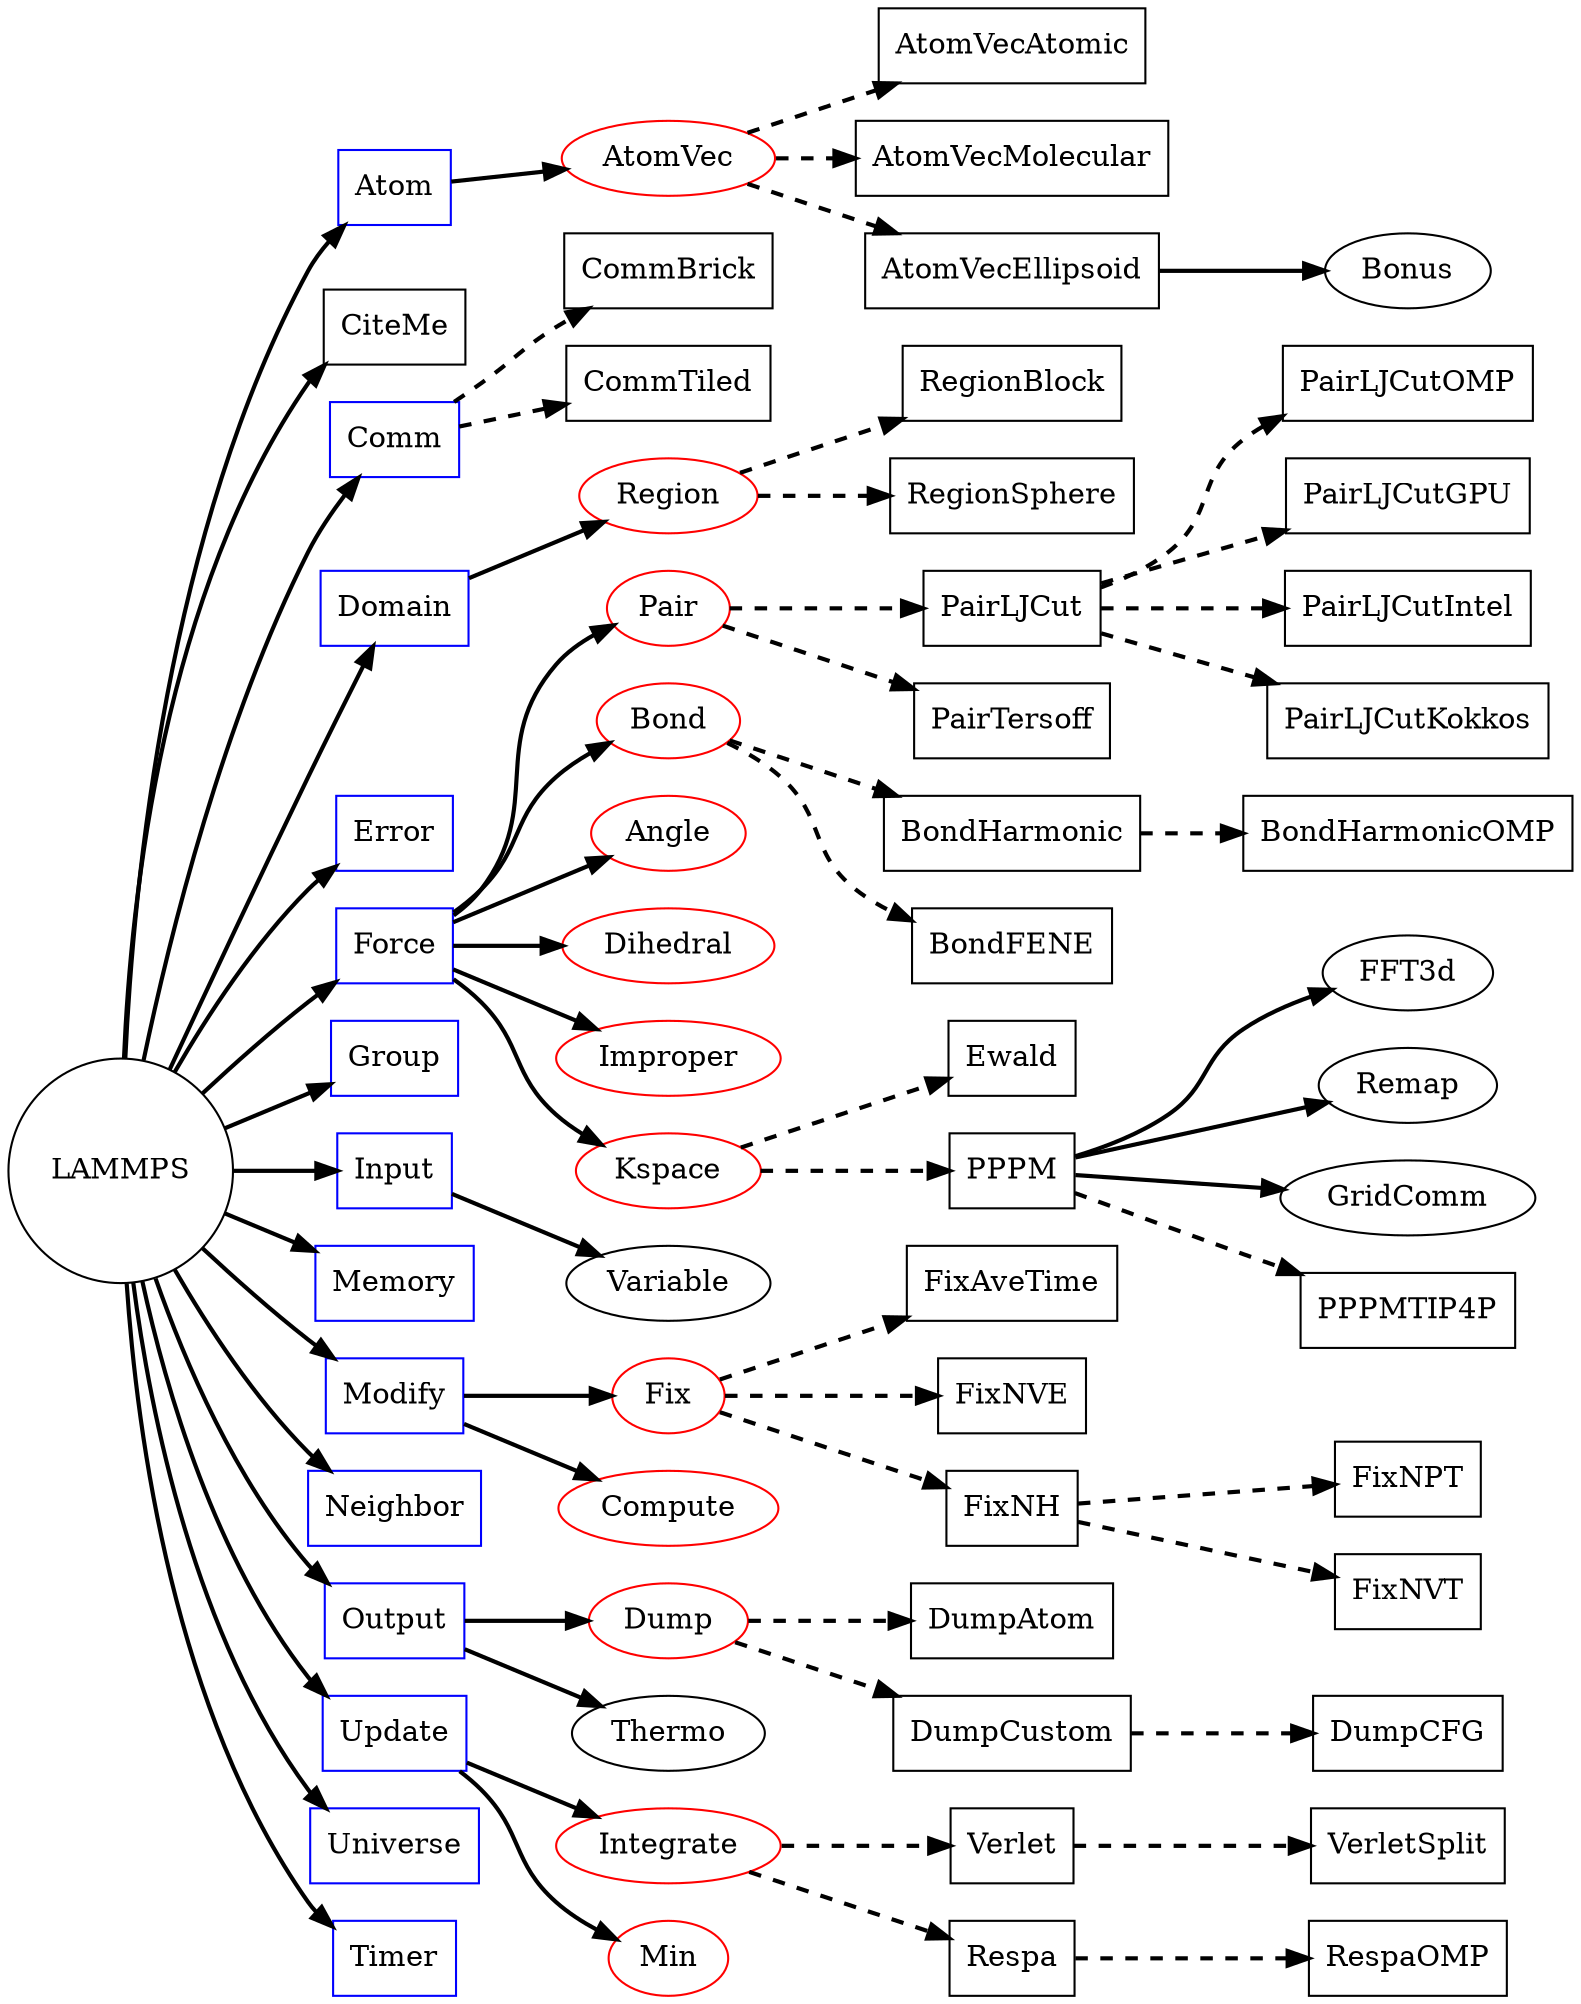
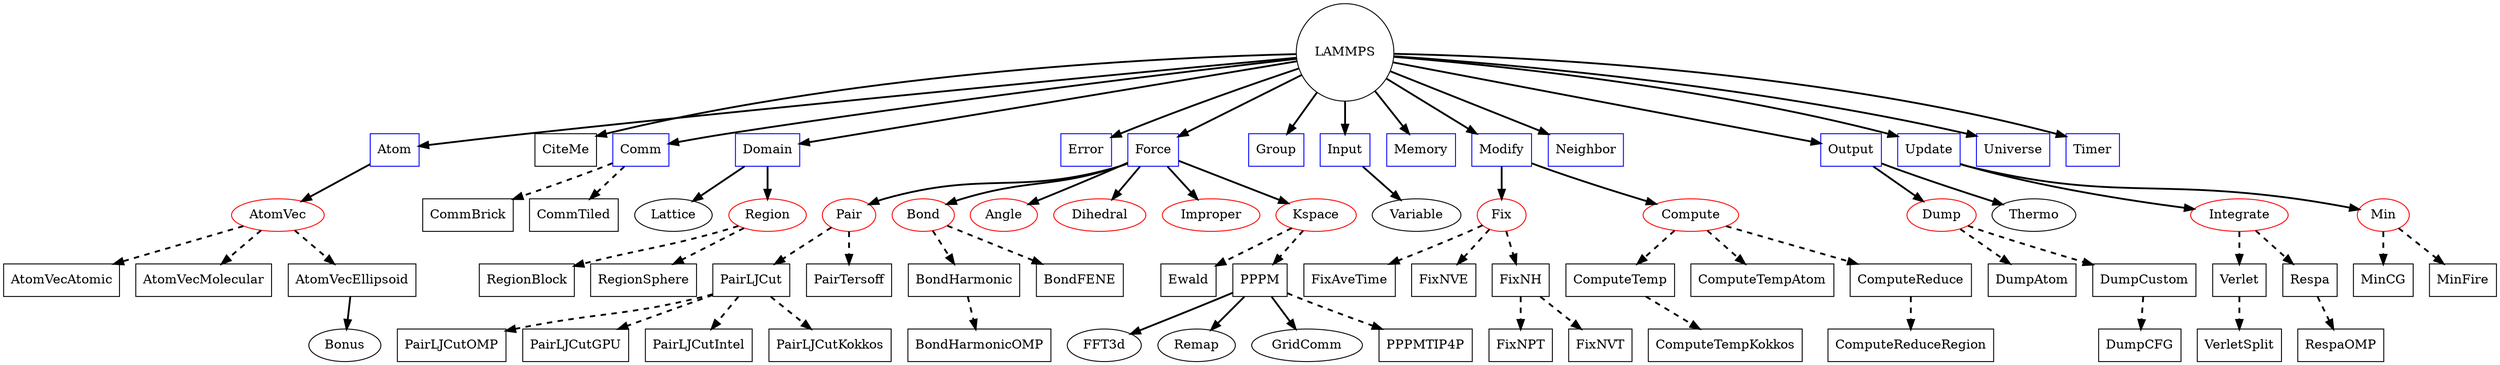
// LAMMPS Class topology
digraph lammps {
-     rankdir="LR"
-     La [shape=circle label="LAMMPS"]
+     overlap=false
+     splines=true
+     La [shape=circle label="LAMMPS" pos="0,0"]
    At [shape=box label="Atom" color=blue]
    Ci [shape=box label="CiteMe"]
    Co [shape=box label="Comm" color=blue]
    Do [shape=box label="Domain" color=blue]
    Er [shape=box label="Error" color=blue]
    Fo [shape=box label="Force" color=blue]
    Gr [shape=box label="Group" color=blue]
    In [shape=box label="Input" color=blue]
    Me [shape=box label="Memory" color=blue]
    Mo [shape=box label="Modify" color=blue]
    Ne [shape=box label="Neighbor" color=blue]
    Ou [shape=box label="Output" color=blue]
    Up [shape=box label="Update" color=blue]
    Un [shape=box label="Universe" color=blue]
    Ti [shape=box label="Timer" color=blue]
+     Lt [label="Lattice"]
    Rg [label="Region" color=red]
    Rb [shape=box label="RegionBlock"]
    Rs [shape=box label="RegionSphere"]
    Av [label="AtomVec" color=red]
    It [label="Integrate" color=red]
    Mi [label="Min" color=red]
    Pa [label="Pair" color=red]
    Bo [label="Bond" color=red]
    An [label="Angle" color=red]
    Di [label="Dihedral" color=red]
    Im [label="Improper" color=red]
    Ks [label="Kspace" color=red]
    Du [label="Dump" color=red]
    Fi [label="Fix" color=red]
    Cp [label="Compute" color=red]
    Th [label="Thermo"]
    Va [label="Variable"]
    Ew [shape=box label="Ewald"]
    Pp [shape=box label="PPPM"]
    Ff [label="FFT3d"]
    Re [label="Remap"]
    Gc [label="GridComm"]
    Bn [label="Bonus"]
    Cb [shape=box label="CommBrick"]
    Ct [shape=box label="CommTiled"]
    Aa [shape=box label="AtomVecAtomic"]
    Am [shape=box label="AtomVecMolecular"]
    Ae [shape=box label="AtomVecEllipsoid"]
    Lj [shape=box label="PairLJCut"]
    Lo [shape=box label="PairLJCutOMP"]
    Lg [shape=box label="PairLJCutGPU"]
    Li [shape=box label="PairLJCutIntel"]
    Lk [shape=box label="PairLJCutKokkos"]
    Te [shape=box label="PairTersoff"]
    Bh [shape=box label="BondHarmonic"]
    Bp [shape=box label="BondHarmonicOMP"]
    Bf [shape=box label="BondFENE"]
    Fa [shape=box label="FixAveTime"]
    Fn [shape=box label="FixNVE"]
    Fh [shape=box label="FixNH"]
    Fp [shape=box label="FixNPT"]
    Ft [shape=box label="FixNVT"]
+     Ce [shape=box label="ComputeTemp"]
+     Ca [shape=box label="ComputeTempAtom"]
+     Cr [shape=box label="ComputeReduce"]
+     Cg [shape=box label="ComputeReduceRegion"]
+     Ck [shape=box label="ComputeTempKokkos"]
    Da [shape=box label="DumpAtom"]
    Dc [shape=box label="DumpCustom"]
    Dg [shape=box label="DumpCFG"]
    Ve [shape=box label="Verlet"]
    Rr [shape=box label="Respa"]
    Pt [shape=box label="PPPMTIP4P"]
    Vs [shape=box label="VerletSplit"]
    Ro [shape=box label="RespaOMP"]
+     Mc [shape=box label="MinCG"]
+     Mf [shape=box label="MinFire"]
    La -> {At Ci Co Do Er Fo Gr In Me Mo Ne Ou Ti Up Un} [penwidth=2]
-     Do -> {Rg} [penwidth=2]
+     Do -> {Lt Rg} [penwidth=2]
+     Rg -> {Rb Rs} [style=dashed penwidth=2]
    Co -> {Cb Ct} [style=dashed penwidth=2]
-     Rg -> {Rb Rs} [style=dashed penwidth=2]
    In -> Va [penwidth=2]
    Mo -> {Fi Cp} [penwidth=2]
    Fo -> {Pa Bo An Di Im Ks} [penwidth=2]
    Ks -> {Ew Pp} [style=dashed penwidth=2]
    Pp -> {Ff Re Gc} [penwidth=2]
    Pp -> {Pt} [style=dashed penwidth=2]
    Up -> {It Mi} [penwidth=2]
    It -> {Ve Rr} [style=dashed penwidth=2]
    Ou -> {Du Th} [penwidth=2]
    Du -> {Da Dc} [style=dashed penwidth=2]
    Dc -> {Dg} [style=dashed penwidth=2]
    At -> Av [penwidth=2]
    Av -> {Aa Am Ae} [style=dashed penwidth=2]
    Ae -> Bn [penwidth=2]
    Pa -> {Lj Te} [style=dashed penwidth=2]
    Lj -> {Lo Lg Li Lk} [style=dashed penwidth=2]
    Bo -> {Bh Bf} [style=dashed penwidth=2]
    Bh -> Bp [style=dashed penwidth=2]
    Fi -> {Fa Fn Fh} [style=dashed penwidth=2]
    Fh -> {Fp Ft} [style=dashed penwidth=2]
+     Cp -> {Ce Ca Cr} [style=dashed penwidth=2]
+     Ce -> Ck [style=dashed penwidth=2]
+     Cr -> Cg [style=dashed penwidth=2]
    Ve -> Vs [style=dashed penwidth=2]
    Rr -> Ro [style=dashed penwidth=2]
+     Mi -> {Mc Mf} [style=dashed penwidth=2]
}

